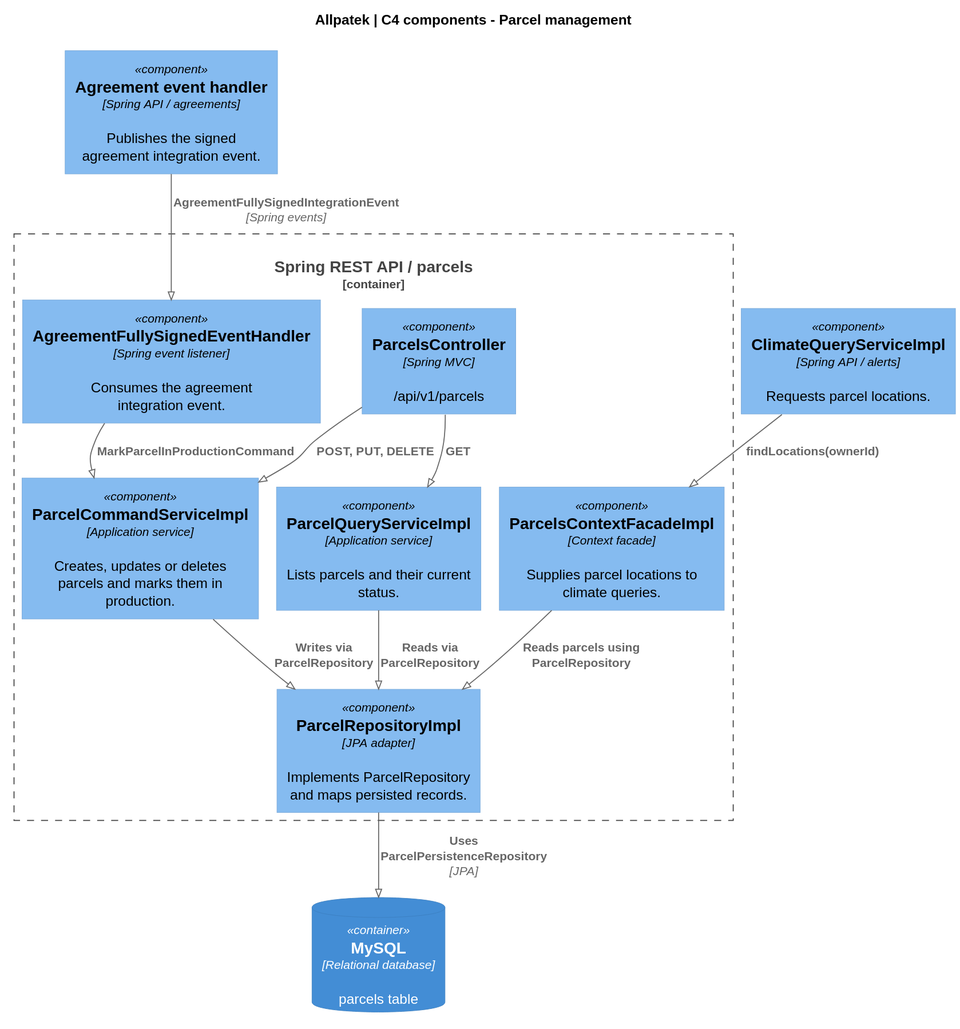
The PlantUML diagram assets/chapter-04/architecture/c4-parcels.svg in upc-pre-202620-1asi0729-7753-Terranova/allpatek-report, before a commit.
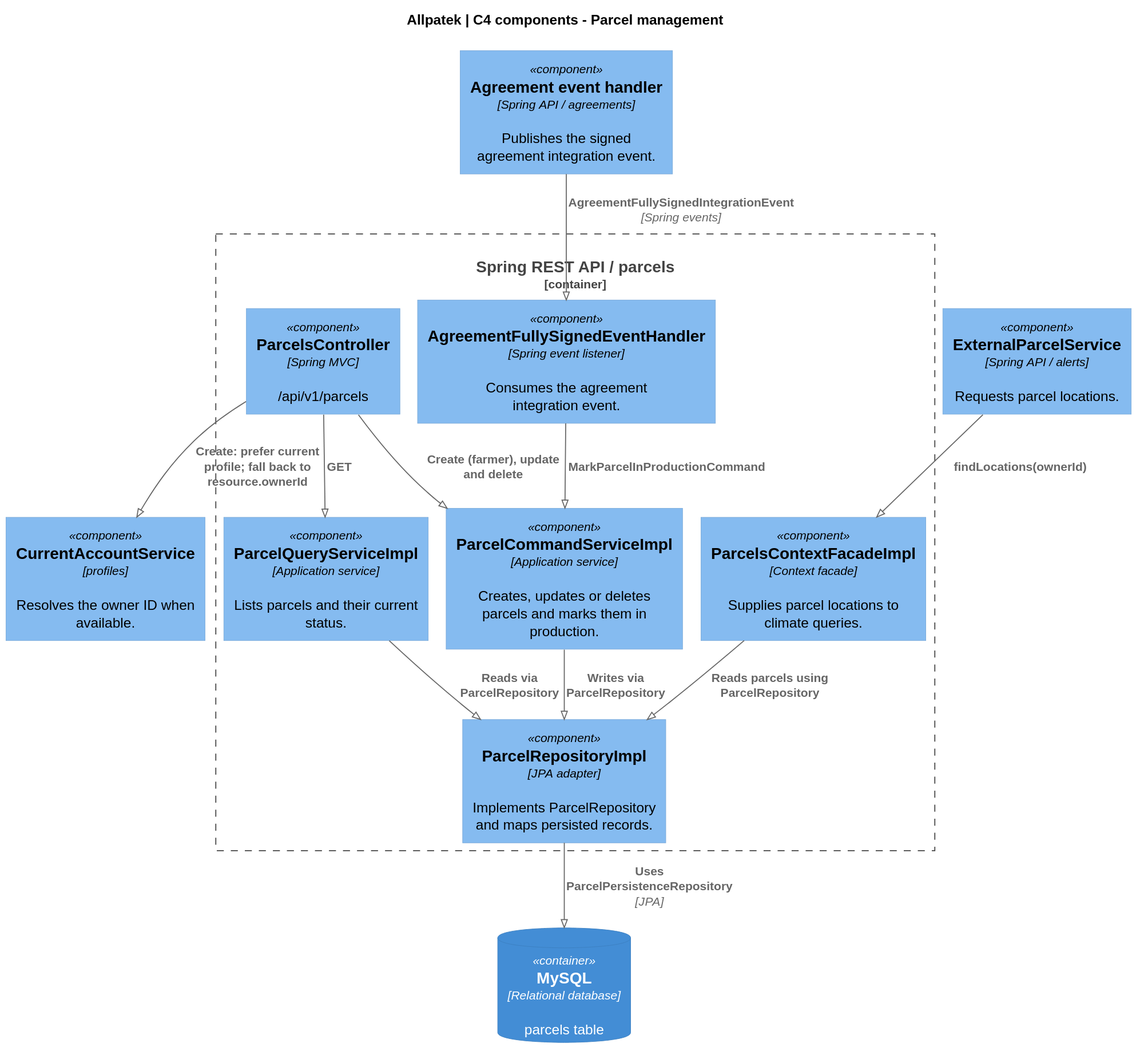
The same diagram one commit later.

Commit message:
docs(c4): show parcel ownership resolution and the alerts facade

The edit, as a diff of the source:
```diff
@@ -18,9 +18,9 @@
 }
 
 Component(sender, "Agreement event handler", "Spring API / agreements", "Publishes the signed agreement integration event.")
-Component(climate, "ClimateQueryServiceImpl", "Spring API / alerts", "Requests parcel locations.")
+Component(climate, "ExternalParcelService", "Spring API / alerts", "Requests parcel locations.")
 ContainerDb(db, "MySQL", "Relational database", "parcels table")
-Rel(rest, cmd, "POST, PUT, DELETE")
+Rel(rest, cmd, "Create (farmer), update and delete")
 Rel(rest, query, "GET")
 Rel(cmd, repo, "Writes via ParcelRepository")
 Rel(query, repo, "Reads via ParcelRepository")
@@ -29,4 +29,6 @@
 Rel(handler, cmd, "MarkParcelInProductionCommand")
 Rel(climate, facade, "findLocations(ownerId)")
 Rel(facade, repo, "Reads parcels using ParcelRepository")
+Component(account, "CurrentAccountService", "profiles", "Resolves the owner ID when available.")
+Rel(rest, account, "Create: prefer current profile; fall back to resource.ownerId")
 @enduml
```
